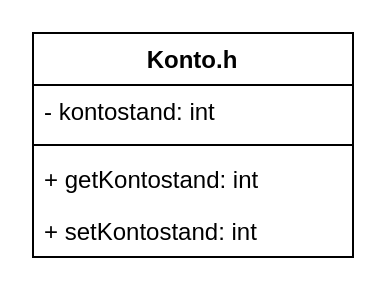
Earlier version of the draw.io diagram Konto/konto.drawio (Zongamin/CPP_Konto). Source tidied: cells renumbered, new cells numbered last; positions are measured from the earlier drawing's top-left corner, leaving out a move shared by most shapes. Both pictures are drawn from the tidied source at 200%, with x=0, y=0 at pixel (32, 32).
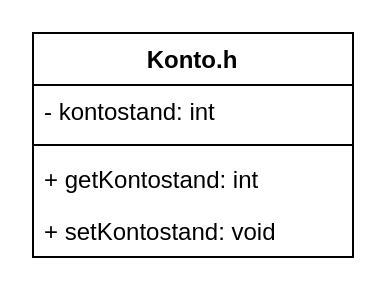
The same diagram, later.

Commit message:
draw angepasst

What changed in the source:
```diff
@@
 <mxGraphModel>
   <root>
     <mxCell id="0" />
     <mxCell id="1" parent="0" />
     <mxCell id="2" value="Konto.h" style="swimlane;fontStyle=1;align=center;verticalAlign=top;horizontal=1;startSize=26;" parent="1" vertex="1">
       <mxGeometry width="160" height="112" as="geometry" />
     </mxCell>
     <mxCell id="3" value="- kontostand: int" style="text;strokeColor=none;fillColor=none;align=left;verticalAlign=top;spacingLeft=4;spacingRight=4;overflow=hidden;" parent="2" vertex="1">
       <mxGeometry y="26" width="160" height="26" as="geometry" />
     </mxCell>
     <mxCell id="4" style="line;strokeWidth=1;fillColor=none;align=left;verticalAlign=middle;spacingTop=-1;spacingLeft=3;spacingRight=3;labelPosition=right;strokeColor=inherit;" parent="2" vertex="1">
       <mxGeometry y="52" width="160" height="8" as="geometry" />
     </mxCell>
     <mxCell id="5" value="+ getKontostand: int" style="text;strokeColor=none;fillColor=none;align=left;verticalAlign=top;spacingLeft=4;spacingRight=4;overflow=hidden;" parent="2" vertex="1">
       <mxGeometry y="60" width="160" height="26" as="geometry" />
     </mxCell>
-    <mxCell id="6" value="+ setKontostand: int" style="text;strokeColor=none;fillColor=none;align=left;verticalAlign=top;spacingLeft=4;spacingRight=4;overflow=hidden;" parent="2" vertex="1">
+    <mxCell id="6" value="+ setKontostand: void" style="text;strokeColor=none;fillColor=none;align=left;verticalAlign=top;spacingLeft=4;spacingRight=4;overflow=hidden;" parent="2" vertex="1">
       <mxGeometry y="86" width="160" height="26" as="geometry" />
     </mxCell>
   </root>
 </mxGraphModel>
```
